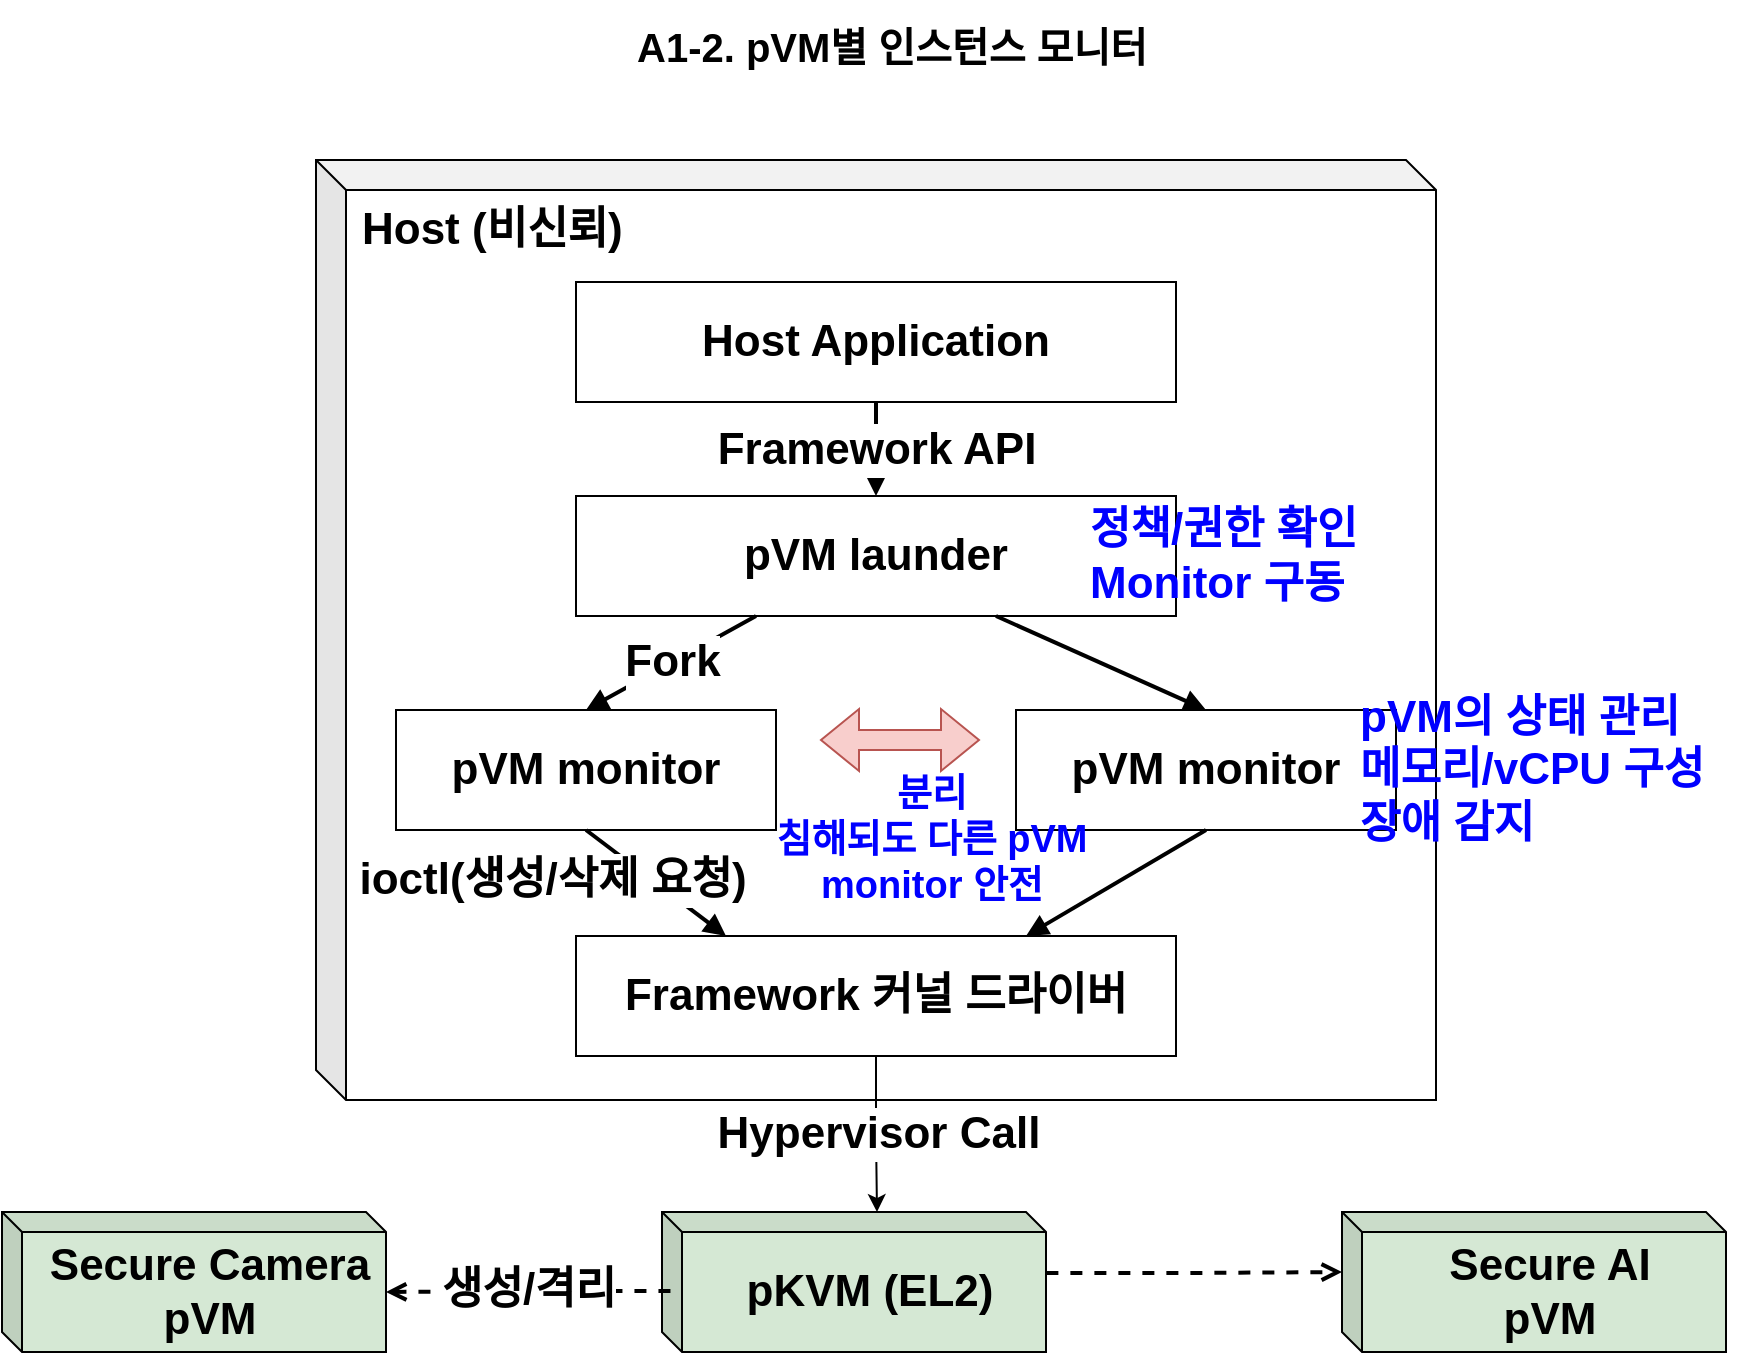
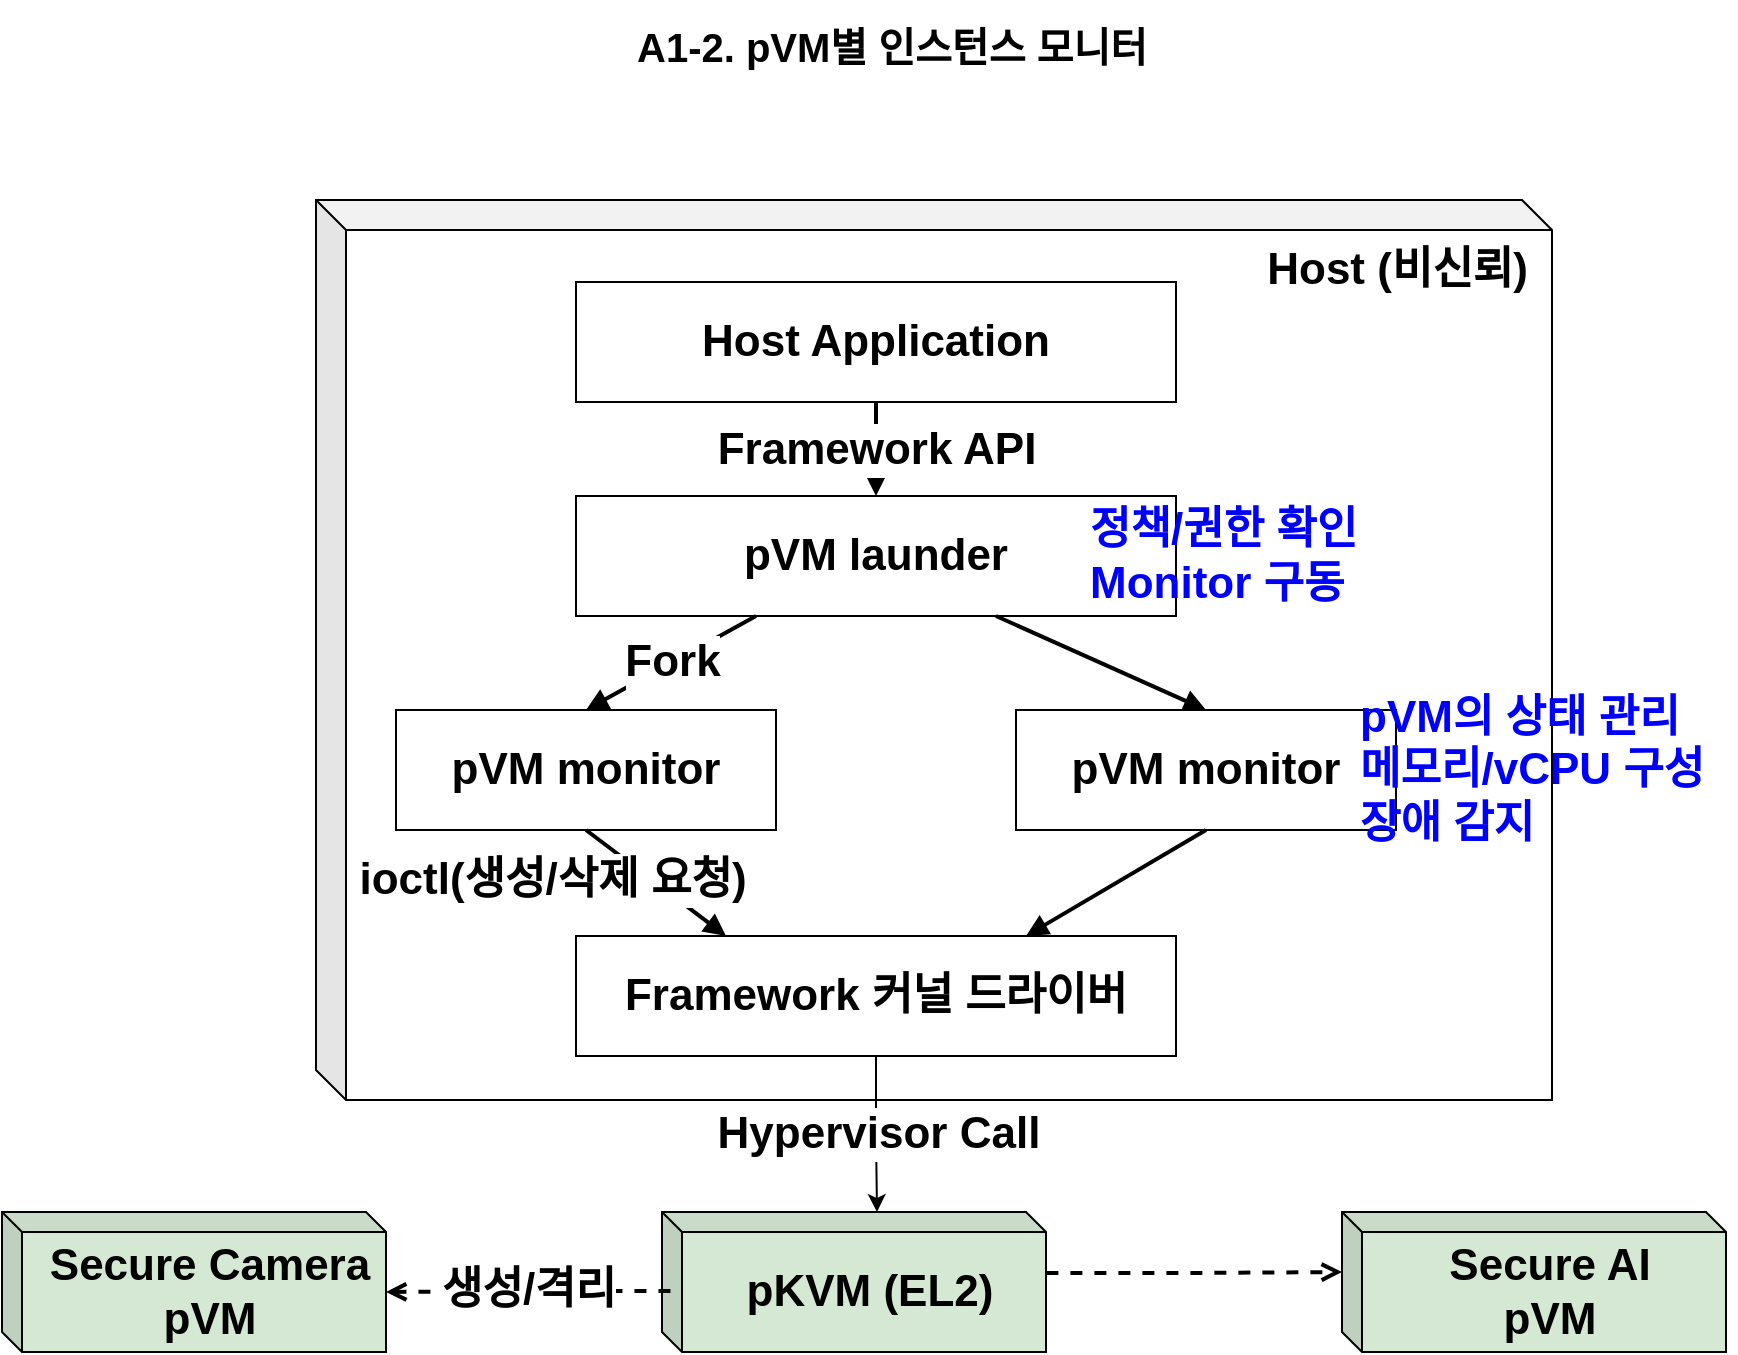
<mxfile host="Electron" agent="Claude">
  <diagram id="a1-2-per-instance-monitor" name="A1-2">
-     <mxGraphModel dx="1207" dy="659" grid="1" gridSize="10" guides="1" tooltips="1" connect="1" arrows="1" fold="1" page="1" pageScale="1" pageWidth="1320" pageHeight="720" math="0" shadow="0">
+     <mxGraphModel dx="1274" dy="696" grid="1" gridSize="10" guides="1" tooltips="1" connect="1" arrows="1" fold="1" page="1" pageScale="1" pageWidth="1320" pageHeight="720" math="0" shadow="0">
      <root>
        <mxCell id="0" />
        <mxCell id="1" parent="0" />
-         <mxCell id="ZEIo1c_CHVTAHK3E7dbV-1" parent="1" style="shape=cube;whiteSpace=wrap;html=1;boundedLbl=1;backgroundOutline=1;darkOpacity=0.05;darkOpacity2=0.1;fontSize=22;fontStyle=1;verticalAlign=top;align=left;spacingLeft=6;size=15;" value="Host (비신뢰)" vertex="1">
-           <mxGeometry height="470" width="560" x="372" y="90" as="geometry" />
+         <mxCell id="ZEIo1c_CHVTAHK3E7dbV-1" parent="1" style="shape=cube;whiteSpace=wrap;html=1;boundedLbl=1;backgroundOutline=1;darkOpacity=0.05;darkOpacity2=0.1;fontSize=22;fontStyle=1;verticalAlign=top;align=right;spacingLeft=6;size=15;spacingRight=10;" value="Host (비신뢰)" vertex="1">
+           <mxGeometry height="450" width="618" x="372" y="110" as="geometry" />
        </mxCell>
        <mxCell id="ZEIo1c_CHVTAHK3E7dbV-2" parent="1" style="shape=cube;whiteSpace=wrap;html=1;boundedLbl=1;backgroundOutline=1;darkOpacity=0.05;darkOpacity2=0.1;fontSize=22;fontStyle=1;verticalAlign=middle;align=center;spacingLeft=6;size=10;fillColor=#d5e8d4;strokeColor=#000000;" value="pKVM (EL2)" vertex="1">
          <mxGeometry height="70" width="192" x="545" y="616" as="geometry" />
        </mxCell>
        <mxCell id="title" parent="1" style="text;html=1;align=center;verticalAlign=middle;whiteSpace=wrap;rounded=0;fontSize=20;fontStyle=1;" value="A1-2. pVM별 인스턴스 모니터" vertex="1">
          <mxGeometry height="46" width="640" x="340" y="10" as="geometry" />
        </mxCell>
        <mxCell id="e-m1-cam" edge="1" parent="1" source="ZEIo1c_CHVTAHK3E7dbV-2" style="endArrow=open;html=1;rounded=0;dashed=1;strokeWidth=2;exitX=0.022;exitY=0.564;exitDx=0;exitDy=0;entryX=0;entryY=0;entryDx=192.00000000000003;entryDy=40;fontSize=22;fontStyle=1;entryPerimeter=0;edgeStyle=orthogonalEdgeStyle;exitPerimeter=0;labelBackgroundColor=default;" target="ZEIo1c_CHVTAHK3E7dbV-4" value="&lt;span style=&quot;color: rgb(0, 0, 0); font-family: Helvetica; font-style: normal; font-variant-ligatures: normal; font-variant-caps: normal; font-weight: 700; letter-spacing: normal; orphans: 2; text-align: center; text-indent: 0px; text-transform: none; widows: 2; word-spacing: 0px; -webkit-text-stroke-width: 0px; white-space: nowrap; text-decoration-thickness: initial; text-decoration-style: initial; text-decoration-color: initial; float: none; display: inline !important;&quot;&gt;생성/격리&lt;/span&gt;">
          <mxGeometry relative="1" as="geometry" />
        </mxCell>
        <mxCell id="e-m2-ai" edge="1" parent="1" source="ZEIo1c_CHVTAHK3E7dbV-2" style="endArrow=open;html=1;rounded=0;dashed=1;strokeWidth=2;exitX=1.001;exitY=0.436;exitDx=0;exitDy=0;entryX=0;entryY=0;entryDx=0;entryDy=30;fontSize=22;fontStyle=1;entryPerimeter=0;edgeStyle=orthogonalEdgeStyle;exitPerimeter=0;" target="ZEIo1c_CHVTAHK3E7dbV-5" value="">
          <mxGeometry relative="1" as="geometry" />
        </mxCell>
        <mxCell id="app" parent="1" style="rounded=0;whiteSpace=wrap;html=1;fontSize=22;fontStyle=1;" value="Host Application" vertex="1">
          <mxGeometry height="60" width="300" x="502" y="151" as="geometry" />
        </mxCell>
        <mxCell id="lch" parent="1" style="rounded=0;whiteSpace=wrap;html=1;fontSize=22;fontStyle=1;" value="pVM launder" vertex="1">
          <mxGeometry height="60" width="300" x="502" y="258" as="geometry" />
        </mxCell>
        <mxCell id="m1" parent="1" style="rounded=0;whiteSpace=wrap;html=1;fontSize=22;fontStyle=1;" value="pVM monitor" vertex="1">
          <mxGeometry height="60" width="190" x="412" y="365" as="geometry" />
        </mxCell>
        <mxCell id="m2" parent="1" style="rounded=0;whiteSpace=wrap;html=1;fontSize=22;fontStyle=1;" value="pVM monitor" vertex="1">
          <mxGeometry height="60" width="190" x="722" y="365" as="geometry" />
        </mxCell>
        <mxCell id="drv" parent="1" style="rounded=0;whiteSpace=wrap;html=1;fontSize=22;fontStyle=1;" value="Framework 커널 드라이버" vertex="1">
          <mxGeometry height="60" width="300" x="502" y="478" as="geometry" />
        </mxCell>
        <mxCell id="e-app-lch" edge="1" parent="1" source="app" style="endArrow=block;html=1;rounded=0;strokeWidth=2;exitX=0.5;exitY=1;exitDx=0;exitDy=0;entryX=0.5;entryY=0;entryDx=0;entryDy=0;fontSize=22;fontStyle=1" target="lch" value="Framework API">
          <mxGeometry relative="1" as="geometry" />
        </mxCell>
        <mxCell id="e-lch-m1" edge="1" parent="1" source="lch" style="endArrow=block;html=1;rounded=0;strokeWidth=2;exitX=0.3;exitY=1;exitDx=0;exitDy=0;entryX=0.5;entryY=0;entryDx=0;entryDy=0;fontSize=22;fontStyle=1" target="m1" value="Fork">
          <mxGeometry relative="1" as="geometry" />
        </mxCell>
        <mxCell id="e-lch-m2" edge="1" parent="1" source="lch" style="endArrow=block;html=1;rounded=0;strokeWidth=2;exitX=0.7;exitY=1;exitDx=0;exitDy=0;entryX=0.5;entryY=0;entryDx=0;entryDy=0;fontSize=22;fontStyle=1" target="m2" value="">
          <mxGeometry relative="1" as="geometry" />
        </mxCell>
        <mxCell id="e-m1-drv" edge="1" parent="1" source="m1" style="endArrow=block;html=1;rounded=0;strokeWidth=2;exitX=0.5;exitY=1;exitDx=0;exitDy=0;entryX=0.25;entryY=0;entryDx=0;entryDy=0;fontSize=22;fontStyle=1" target="drv" value="ioctl(생성/삭제 요청)">
          <mxGeometry relative="1" x="-0.965" y="-30" as="geometry">
            <mxPoint as="offset" />
          </mxGeometry>
        </mxCell>
        <mxCell id="e-m2-drv" edge="1" parent="1" source="m2" style="endArrow=block;html=1;rounded=0;strokeWidth=2;exitX=0.5;exitY=1;exitDx=0;exitDy=0;entryX=0.75;entryY=0;entryDx=0;entryDy=0;fontSize=22;fontStyle=1" target="drv" value="">
          <mxGeometry relative="1" as="geometry" />
        </mxCell>
        <mxCell id="ZEIo1c_CHVTAHK3E7dbV-3" edge="1" parent="1" source="drv" style="edgeStyle=orthogonalEdgeStyle;rounded=0;orthogonalLoop=1;jettySize=auto;html=1;exitX=0.5;exitY=1;exitDx=0;exitDy=0;entryX=0;entryY=0;entryDx=107.5;entryDy=0;entryPerimeter=0;fontSize=22;fontStyle=1" target="ZEIo1c_CHVTAHK3E7dbV-2" value="Hypervisor Call">
          <mxGeometry relative="1" as="geometry" />
        </mxCell>
        <mxCell id="ZEIo1c_CHVTAHK3E7dbV-4" parent="1" style="shape=cube;whiteSpace=wrap;html=1;boundedLbl=1;backgroundOutline=1;darkOpacity=0.05;darkOpacity2=0.1;fontSize=22;fontStyle=1;verticalAlign=middle;align=center;spacingLeft=6;size=10;fillColor=#d5e8d4;strokeColor=#000000;" value="Secure Camera&lt;div&gt;pVM&lt;/div&gt;" vertex="1">
          <mxGeometry height="70" width="192" x="215" y="616" as="geometry" />
        </mxCell>
        <mxCell id="ZEIo1c_CHVTAHK3E7dbV-5" parent="1" style="shape=cube;whiteSpace=wrap;html=1;boundedLbl=1;backgroundOutline=1;darkOpacity=0.05;darkOpacity2=0.1;fontSize=22;fontStyle=1;verticalAlign=middle;align=center;spacingLeft=6;size=10;fillColor=#d5e8d4;strokeColor=#000000;" value="Secure AI&lt;div&gt;pVM&lt;/div&gt;" vertex="1">
          <mxGeometry height="70" width="192" x="885" y="616" as="geometry" />
        </mxCell>
        <mxCell id="ZEIo1c_CHVTAHK3E7dbV-9" parent="1" style="text;html=1;whiteSpace=wrap;strokeColor=none;fillColor=none;align=left;verticalAlign=middle;rounded=0;fontColor=#0000FF;fontSize=22;" value="&lt;span&gt;&lt;b&gt;pVM의 상태 관리&lt;/b&gt;&lt;/span&gt;&lt;div&gt;&lt;span&gt;&lt;b&gt;메모리/vCPU 구성&lt;/b&gt;&lt;/span&gt;&lt;/div&gt;&lt;div&gt;&lt;span&gt;&lt;b&gt;장애 감지&lt;/b&gt;&lt;/span&gt;&lt;/div&gt;" vertex="1">
          <mxGeometry height="80" width="190" x="892" y="355" as="geometry" />
        </mxCell>
        <mxCell id="ZEIo1c_CHVTAHK3E7dbV-11" parent="1" style="text;html=1;whiteSpace=wrap;strokeColor=none;fillColor=none;align=left;verticalAlign=middle;rounded=0;fontColor=#0000FF;fontSize=22;" value="&lt;span&gt;&lt;b&gt;정책/권한 확인&lt;/b&gt;&lt;/span&gt;&lt;div&gt;&lt;span&gt;&lt;b&gt;Monitor 구동&lt;/b&gt;&lt;/span&gt;&lt;/div&gt;" vertex="1">
          <mxGeometry height="80" width="190" x="757" y="248" as="geometry" />
        </mxCell>
-         <mxCell id="ZEIo1c_CHVTAHK3E7dbV-12" parent="1" style="text;html=1;whiteSpace=wrap;strokeColor=none;fillColor=none;align=center;verticalAlign=middle;rounded=0;fontColor=#0000FF;fontSize=19;" value="&lt;div&gt;&lt;b&gt;분리&lt;/b&gt;&lt;span&gt;&lt;b&gt;&lt;/b&gt;&lt;/span&gt;&lt;/div&gt;&lt;span&gt;&lt;b&gt;침해되도 다른 pVM monitor 안전&lt;/b&gt;&lt;/span&gt;" vertex="1">
-           <mxGeometry height="80" width="200" x="580" y="390" as="geometry" />
-         </mxCell>
-         <mxCell id="ZEIo1c_CHVTAHK3E7dbV-13" edge="1" parent="1" style="shape=flexArrow;endArrow=classic;startArrow=classic;html=1;rounded=0;fontSize=22;fillColor=#f8cecc;strokeColor=#b85450;" value="">
-           <mxGeometry height="100" relative="1" width="100" as="geometry">
-             <mxPoint x="624" y="380" as="sourcePoint" />
-             <mxPoint x="704" y="380" as="targetPoint" />
-           </mxGeometry>
-         </mxCell>
      </root>
    </mxGraphModel>
  </diagram>
</mxfile>
